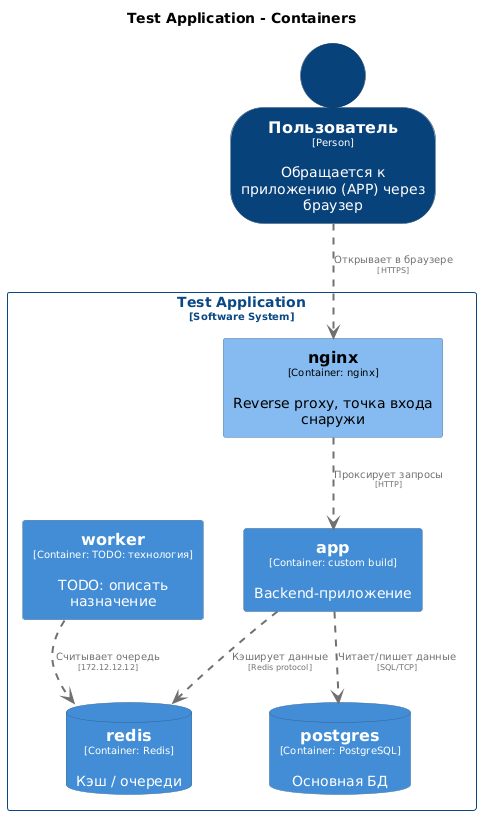
dmitryimalkov/cicd keeps this PlantUML diagram as architecture/diagrams/structurizr-Containers.png. Above is the earlier version.
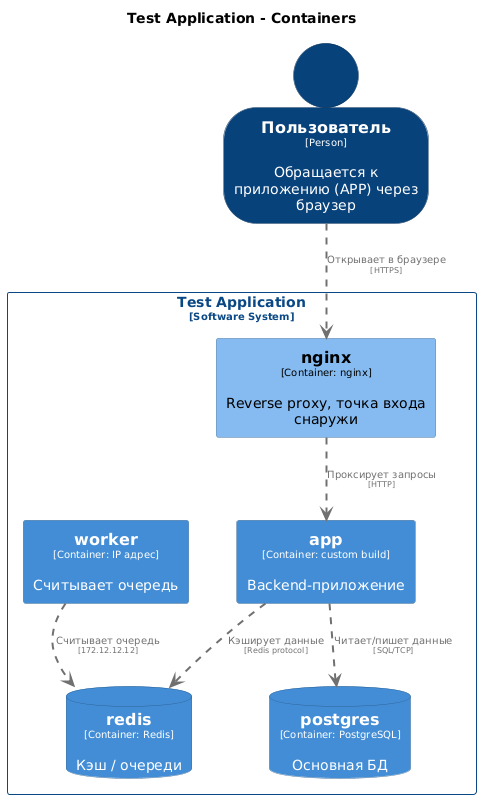
Above is the later version.

Commit message:
docs: auto-sync architecture with docker-compose

The edit, as a diff of the source:
```diff
@@ -58,7 +58,7 @@
 person "==Пользователь\n<size:10>[Person]</size>\n\nОбращается к приложению (APP) через браузер" <<Пользователь>> as Пользователь
 
 rectangle "Test Application\n<size:10>[Software System]</size>" <<TestApplication>> {
-  rectangle "==worker\n<size:10>[Container: TODO: технология]</size>\n\nTODO: описать назначение" <<TestApplication.worker>> as TestApplication.worker
+  rectangle "==worker\n<size:10>[Container: IP адрес]</size>\n\nСчитывает очередь" <<TestApplication.worker>> as TestApplication.worker
   rectangle "==nginx\n<size:10>[Container: nginx]</size>\n\nReverse proxy, точка входа снаружи" <<TestApplication.nginx>> as TestApplication.nginx
   rectangle "==app\n<size:10>[Container: custom build]</size>\n\nBackend-приложение" <<TestApplication.app>> as TestApplication.app
   database "==postgres\n<size:10>[Container: PostgreSQL]</size>\n\nОсновная БД" <<TestApplication.postgres>> as TestApplication.postgres
```
